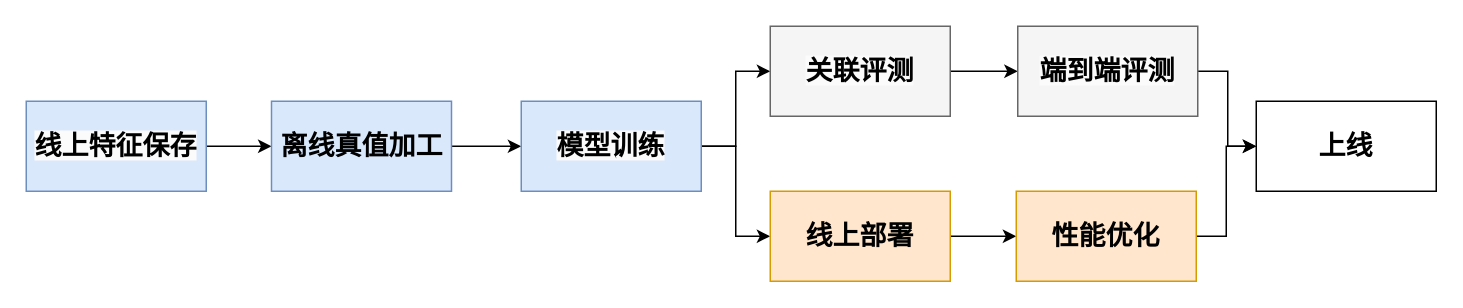
Angzz/drawio keeps this draw.io diagram as xgb二阶段方案.drawio. Above is the earlier version. Source tidied: cells renumbered, new cells numbered last; positions are measured from the earlier drawing's top-left corner, leaving out a move shared by most shapes. Both pictures are drawn from the tidied source at 150%, with x=0, y=0 at pixel (26, 26).
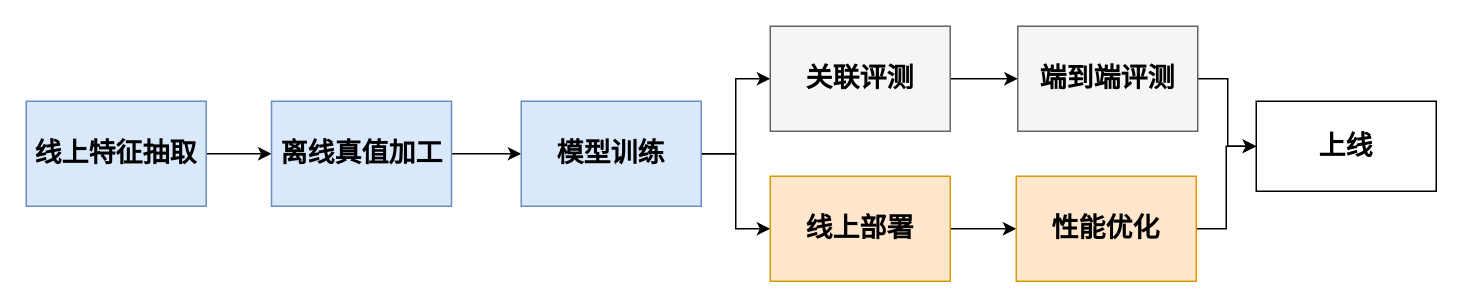
Above is the later version.

Commit message:
更新xgb二阶段方案.drawio

Diff of the diagram source:
```diff
@@
 <mxGraphModel>
   <root>
     <mxCell id="0" />
     <mxCell id="1" parent="0" />
     <mxCell id="2" style="edgeStyle=orthogonalEdgeStyle;rounded=0;jettySize=auto;html=1;entryX=0;entryY=0.5;entryDx=0;entryDy=0;" parent="1" edge="1" source="3" target="5">
       <mxGeometry relative="1" as="geometry" />
     </mxCell>
-    <mxCell id="3" value="&lt;span style=&quot;color: rgb(0, 0, 0); font-family: Helvetica; font-style: normal; font-variant-ligatures: normal; font-variant-caps: normal; letter-spacing: normal; orphans: 2; text-align: center; text-indent: 0px; text-transform: none; widows: 2; word-spacing: 0px; -webkit-text-stroke-width: 0px; white-space: nowrap; background-color: rgb(251, 251, 251); text-decoration-thickness: initial; text-decoration-style: initial; text-decoration-color: initial; float: none; font-size: 18px; display: inline !important;&quot;&gt;&lt;font style=&quot;font-size: 18px;&quot;&gt;线上特征保存&lt;/font&gt;&lt;/span&gt;" style="rounded=0;whiteSpace=wrap;html=1;fontStyle=1;fontSize=18;fillColor=#dae8fc;strokeColor=#6c8ebf;" parent="1" vertex="1">
-      <mxGeometry y="50" width="120" height="60" as="geometry" />
+    <mxCell id="3" value="&lt;span style=&quot;color: rgb(0, 0, 0); font-family: Helvetica; font-style: normal; font-variant-ligatures: normal; font-variant-caps: normal; letter-spacing: normal; orphans: 2; text-align: center; text-indent: 0px; text-transform: none; widows: 2; word-spacing: 0px; -webkit-text-stroke-width: 0px; white-space: nowrap; text-decoration-thickness: initial; text-decoration-style: initial; text-decoration-color: initial; float: none; font-size: 18px; display: inline !important;&quot;&gt;&lt;font style=&quot;font-size: 18px;&quot;&gt;线上特征抽取&lt;/font&gt;&lt;/span&gt;" style="rounded=0;whiteSpace=wrap;html=1;fontStyle=1;fontSize=18;fillColor=#dae8fc;strokeColor=#6c8ebf;" parent="1" vertex="1">
+      <mxGeometry y="50" width="120" height="70" as="geometry" />
     </mxCell>
     <mxCell id="4" style="edgeStyle=orthogonalEdgeStyle;rounded=0;jettySize=auto;html=1;entryX=0;entryY=0.5;entryDx=0;entryDy=0;" parent="1" edge="1" source="5" target="8">
       <mxGeometry relative="1" as="geometry" />
     </mxCell>
     <mxCell id="5" value="&lt;span style=&quot;text-wrap: nowrap; font-size: 18px;&quot;&gt;离线真值加工&lt;/span&gt;" style="rounded=0;whiteSpace=wrap;html=1;fontSize=18;fontStyle=1;fillColor=#dae8fc;strokeColor=#6c8ebf;" parent="1" vertex="1">
-      <mxGeometry x="163.5" y="50" width="120" height="60" as="geometry" />
+      <mxGeometry x="163.5" y="50" width="120" height="70" as="geometry" />
     </mxCell>
     <mxCell id="6" style="edgeStyle=orthogonalEdgeStyle;rounded=0;jettySize=auto;html=1;entryX=0;entryY=0.5;entryDx=0;entryDy=0;" parent="1" edge="1" source="8" target="10">
       <mxGeometry relative="1" as="geometry" />
     </mxCell>
     <mxCell id="7" style="edgeStyle=orthogonalEdgeStyle;rounded=0;jettySize=auto;html=1;entryX=0;entryY=0.5;entryDx=0;entryDy=0;" parent="1" edge="1" source="8" target="14">
       <mxGeometry relative="1" as="geometry" />
     </mxCell>
-    <mxCell id="8" value="&lt;span style=&quot;color: rgb(0, 0, 0); font-family: Helvetica; font-size: 18px; font-style: normal; font-variant-ligatures: normal; font-variant-caps: normal; letter-spacing: normal; orphans: 2; text-align: center; text-indent: 0px; text-transform: none; widows: 2; word-spacing: 0px; -webkit-text-stroke-width: 0px; white-space: nowrap; background-color: rgb(251, 251, 251); text-decoration-thickness: initial; text-decoration-style: initial; text-decoration-color: initial; float: none; display: inline !important;&quot;&gt;模型训练&lt;/span&gt;" style="rounded=0;whiteSpace=wrap;html=1;fontSize=18;fontStyle=1;fillColor=#dae8fc;strokeColor=#6c8ebf;" parent="1" vertex="1">
-      <mxGeometry x="330" y="50" width="120" height="60" as="geometry" />
+    <mxCell id="8" value="&lt;span style=&quot;color: rgb(0, 0, 0); font-family: Helvetica; font-size: 18px; font-style: normal; font-variant-ligatures: normal; font-variant-caps: normal; letter-spacing: normal; orphans: 2; text-align: center; text-indent: 0px; text-transform: none; widows: 2; word-spacing: 0px; -webkit-text-stroke-width: 0px; white-space: nowrap; text-decoration-thickness: initial; text-decoration-style: initial; text-decoration-color: initial; float: none; display: inline !important;&quot;&gt;模型训练&lt;/span&gt;" style="rounded=0;whiteSpace=wrap;html=1;fontSize=18;fontStyle=1;fillColor=#dae8fc;strokeColor=#6c8ebf;" parent="1" vertex="1">
+      <mxGeometry x="330" y="50" width="120" height="70" as="geometry" />
     </mxCell>
     <mxCell id="9" style="edgeStyle=orthogonalEdgeStyle;rounded=0;jettySize=auto;html=1;" parent="1" edge="1" source="10" target="12">
       <mxGeometry relative="1" as="geometry" />
     </mxCell>
-    <mxCell id="10" value="&lt;span style=&quot;color: rgb(0, 0, 0); font-family: Helvetica; font-size: 18px; font-style: normal; font-variant-ligatures: normal; font-variant-caps: normal; letter-spacing: normal; orphans: 2; text-align: center; text-indent: 0px; text-transform: none; widows: 2; word-spacing: 0px; -webkit-text-stroke-width: 0px; white-space: nowrap; background-color: rgb(251, 251, 251); text-decoration-thickness: initial; text-decoration-style: initial; text-decoration-color: initial; float: none; display: inline !important;&quot;&gt;关联评测&lt;/span&gt;" style="rounded=0;whiteSpace=wrap;html=1;fontStyle=1;fontSize=18;fillColor=#f5f5f5;fontColor=#333333;strokeColor=#666666;" parent="1" vertex="1">
-      <mxGeometry x="496" width="120" height="60" as="geometry" />
+    <mxCell id="10" value="&lt;span style=&quot;color: rgb(0, 0, 0); font-family: Helvetica; font-size: 18px; font-style: normal; font-variant-ligatures: normal; font-variant-caps: normal; letter-spacing: normal; orphans: 2; text-align: center; text-indent: 0px; text-transform: none; widows: 2; word-spacing: 0px; -webkit-text-stroke-width: 0px; white-space: nowrap; text-decoration-thickness: initial; text-decoration-style: initial; text-decoration-color: initial; float: none; display: inline !important;&quot;&gt;关联评测&lt;/span&gt;" style="rounded=0;whiteSpace=wrap;html=1;fontStyle=1;fontSize=18;fillColor=#f5f5f5;fontColor=#333333;strokeColor=#666666;" parent="1" vertex="1">
+      <mxGeometry x="496" width="120" height="70" as="geometry" />
     </mxCell>
     <mxCell id="11" style="edgeStyle=orthogonalEdgeStyle;rounded=0;jettySize=auto;html=1;" parent="1" edge="1" source="12" target="17">
       <mxGeometry relative="1" as="geometry" />
     </mxCell>
-    <mxCell id="12" value="&lt;span style=&quot;color: rgb(0, 0, 0); font-family: Helvetica; font-size: 18px; font-style: normal; font-variant-ligatures: normal; font-variant-caps: normal; letter-spacing: normal; orphans: 2; text-align: center; text-indent: 0px; text-transform: none; widows: 2; word-spacing: 0px; -webkit-text-stroke-width: 0px; white-space: nowrap; background-color: rgb(251, 251, 251); text-decoration-thickness: initial; text-decoration-style: initial; text-decoration-color: initial; float: none; display: inline !important;&quot;&gt;端到端评测&lt;/span&gt;" style="rounded=0;whiteSpace=wrap;html=1;fontSize=18;fontStyle=1;fillColor=#f5f5f5;fontColor=#333333;strokeColor=#666666;" parent="1" vertex="1">
-      <mxGeometry x="661" width="120" height="60" as="geometry" />
+    <mxCell id="12" value="&lt;span style=&quot;color: rgb(0, 0, 0); font-family: Helvetica; font-size: 18px; font-style: normal; font-variant-ligatures: normal; font-variant-caps: normal; letter-spacing: normal; orphans: 2; text-align: center; text-indent: 0px; text-transform: none; widows: 2; word-spacing: 0px; -webkit-text-stroke-width: 0px; white-space: nowrap; text-decoration-thickness: initial; text-decoration-style: initial; text-decoration-color: initial; float: none; display: inline !important;&quot;&gt;端到端评测&lt;/span&gt;" style="rounded=0;whiteSpace=wrap;html=1;fontSize=18;fontStyle=1;fillColor=#f5f5f5;fontColor=#333333;strokeColor=#666666;" parent="1" vertex="1">
+      <mxGeometry x="661" width="120" height="70" as="geometry" />
     </mxCell>
     <mxCell id="13" style="edgeStyle=orthogonalEdgeStyle;rounded=0;jettySize=auto;html=1;" parent="1" edge="1" source="14" target="16">
       <mxGeometry relative="1" as="geometry" />
     </mxCell>
     <mxCell id="14" value="&lt;span style=&quot;text-wrap: nowrap; font-size: 18px;&quot;&gt;线上部署&lt;/span&gt;" style="rounded=0;whiteSpace=wrap;html=1;fontSize=18;fontStyle=1;fillColor=#ffe6cc;strokeColor=#d79b00;" parent="1" vertex="1">
-      <mxGeometry x="496" y="110" width="120" height="60" as="geometry" />
+      <mxGeometry x="496" y="100" width="120" height="70" as="geometry" />
     </mxCell>
     <mxCell id="15" style="edgeStyle=orthogonalEdgeStyle;rounded=0;jettySize=auto;html=1;" parent="1" edge="1" source="16" target="17">
       <mxGeometry relative="1" as="geometry" />
     </mxCell>
     <mxCell id="16" value="&lt;span style=&quot;text-wrap: nowrap; font-size: 18px;&quot;&gt;性能优化&lt;/span&gt;" style="rounded=0;whiteSpace=wrap;html=1;fontSize=18;fontStyle=1;fillColor=#ffe6cc;strokeColor=#d79b00;" parent="1" vertex="1">
-      <mxGeometry x="660" y="110" width="120" height="60" as="geometry" />
+      <mxGeometry x="660" y="100" width="120" height="70" as="geometry" />
     </mxCell>
     <mxCell id="17" value="&lt;span style=&quot;text-wrap: nowrap; font-size: 18px;&quot;&gt;上线&lt;/span&gt;" style="rounded=0;whiteSpace=wrap;html=1;fontSize=18;fontStyle=1;" parent="1" vertex="1">
       <mxGeometry x="820" y="50" width="120" height="60" as="geometry" />
     </mxCell>
   </root>
 </mxGraphModel>
```
